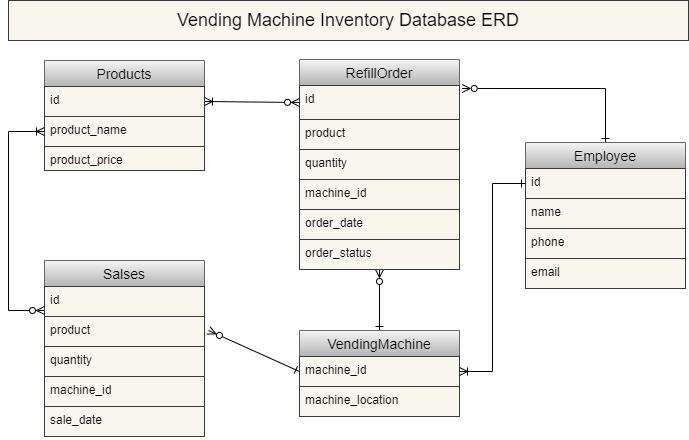
FengyanTina/vendingMsh keeps this draw.io diagram as VendingMachine-Page-4.drawio.png. Above is the earlier version. Source tidied: cells renumbered, new cells last; positions are measured from the earlier drawing's top-left corner, leaving out a move shared by most shapes.
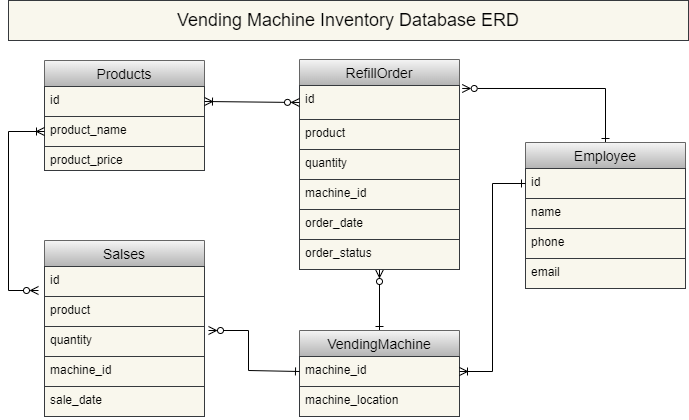
After the change.

Commit message:
uppdated ER and Relaitonal Diagram

Diff of the diagram source:
```diff
@@ -48,7 +48,7 @@
       <mxGeometry y="180" width="160" height="30" as="geometry" />
     </mxCell>
     <mxCell id="17" value="Salses" style="swimlane;fontStyle=0;horizontal=1;startSize=26;align=center;fontSize=14;fillColor=#f5f5f5;gradientColor=#b3b3b3;strokeColor=#666666;" parent="1" vertex="1">
-      <mxGeometry x="36" y="260" width="160" height="176" as="geometry" />
+      <mxGeometry x="36" y="240" width="160" height="176" as="geometry" />
     </mxCell>
     <mxCell id="18" value="id" style="text;strokeColor=#36393d;fillColor=#f9f7ed;spacingLeft=4;spacingRight=4;overflow=hidden;points=[[0,0.5],[1,0.5]];portConstraint=eastwest;fontSize=12;" parent="17" vertex="1">
       <mxGeometry y="26" width="160" height="30" as="geometry" />
@@ -65,11 +65,12 @@
     <mxCell id="22" value="sale_date" style="text;spacingLeft=4;spacingRight=4;overflow=hidden;fontSize=12;fillColor=#f9f7ed;strokeColor=#36393d;" parent="17" vertex="1">
       <mxGeometry y="146" width="160" height="30" as="geometry" />
     </mxCell>
-    <mxCell id="23" style="edgeStyle=orthogonalEdgeStyle;rounded=0;jettySize=auto;html=1;entryX=0;entryY=0.8;entryDx=0;entryDy=0;entryPerimeter=0;startArrow=ERoneToMany;startFill=0;endArrow=ERzeroToMany;endFill=0;" parent="1" edge="1" source="4" target="18">
+    <mxCell id="23" style="edgeStyle=orthogonalEdgeStyle;rounded=0;jettySize=auto;html=1;startArrow=ERoneToMany;startFill=0;endArrow=ERzeroToMany;endFill=0;" parent="1" edge="1" source="4">
       <mxGeometry relative="1" as="geometry">
+        <mxPoint x="30" y="290" as="targetPoint" />
         <Array as="points">
           <mxPoint y="131" />
-          <mxPoint y="310" />
+          <mxPoint y="290" />
         </Array>
       </mxGeometry>
     </mxCell>
@@ -79,6 +80,10 @@
     <mxCell id="25" style="edgeStyle=none;rounded=0;jettySize=auto;html=1;exitX=0;exitY=0.5;exitDx=0;exitDy=0;startArrow=ERone;startFill=0;endArrow=ERzeroToMany;endFill=0;" parent="1" edge="1" source="8">
       <mxGeometry relative="1" as="geometry">
         <mxPoint x="200" y="330" as="targetPoint" />
+        <Array as="points">
+          <mxPoint x="240" y="370" />
+          <mxPoint x="240" y="330" />
+        </Array>
       </mxGeometry>
     </mxCell>
     <mxCell id="26" style="edgeStyle=orthogonalEdgeStyle;rounded=0;jettySize=auto;html=1;exitX=0.5;exitY=0;exitDx=0;exitDy=0;entryX=1.017;entryY=0.088;entryDx=0;entryDy=0;entryPerimeter=0;startArrow=ERone;startFill=0;endArrow=ERzeroToMany;endFill=0;" parent="1" edge="1" source="27" target="11">
```
